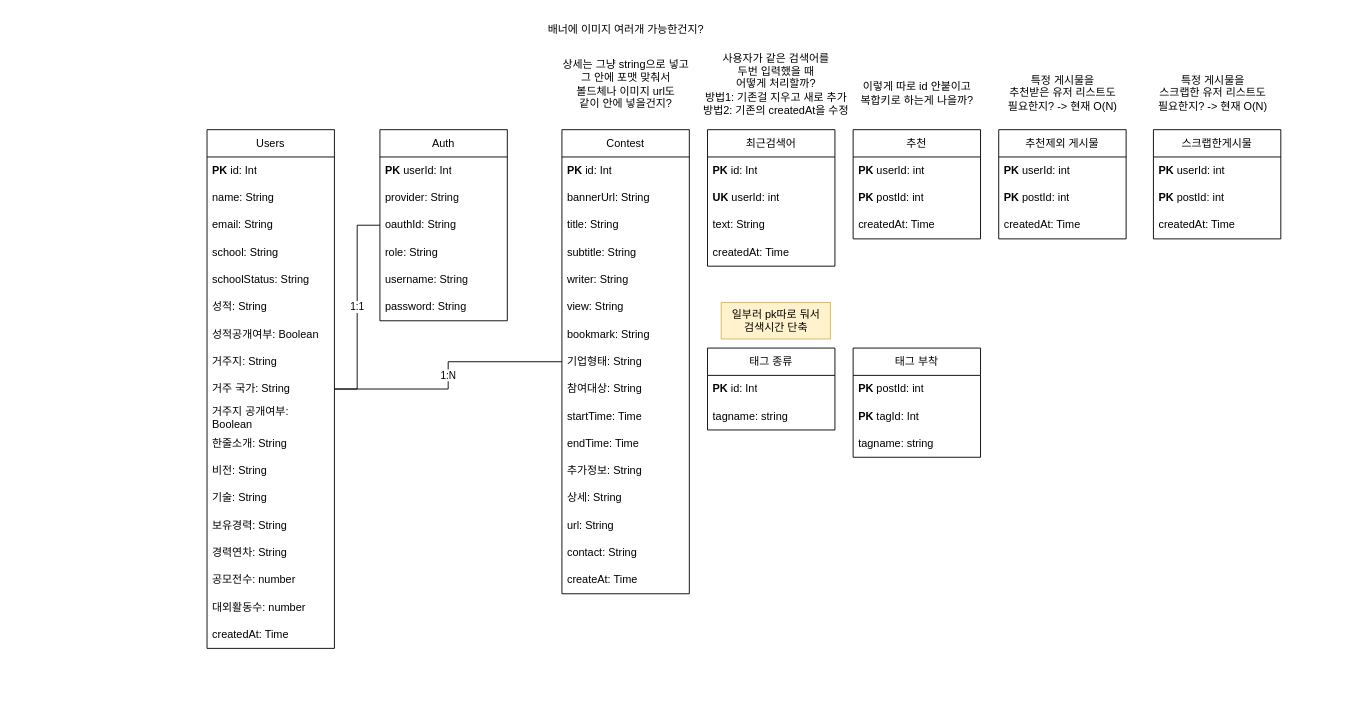
Earlier version of the draw.io diagram 인잡.drawio (oyc0401/spring). Source tidied: cells renumbered, new cells numbered last; positions are measured from the earlier drawing's top-left corner, leaving out a move shared by most shapes. Both pictures are drawn from the tidied source at 91%, with x=0, y=0 at pixel (207, 15).
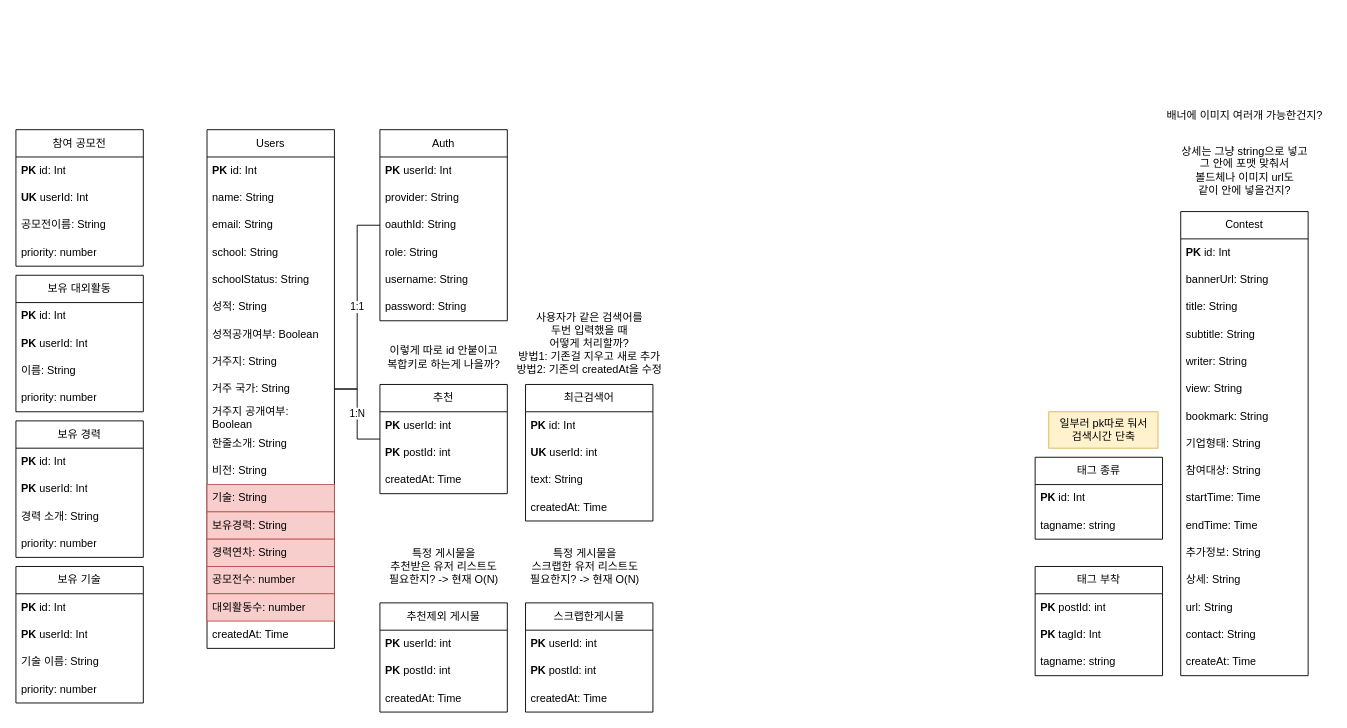
The same diagram, later.

Commit message:
인잡.drawio 업데이트

Unchanged cells that the change refers to:
```xml
<mxCell id="2" value="Users" style="swimlane;fontStyle=0;horizontal=1;startSize=30;whiteSpace=wrap;html=1;" parent="1" vertex="1">
  <mxGeometry y="125" width="140" height="570" as="geometry" />
</mxCell>
```

Change to the diagram source:
```diff
@@
-    <mxCell id="15" value="기술: String" style="text;strokeColor=none;fillColor=none;align=left;verticalAlign=middle;spacingLeft=4;spacingRight=4;overflow=hidden;whiteSpace=wrap;html=1;" parent="2" vertex="1">
+    <mxCell id="15" value="기술: String" style="text;strokeColor=#b85450;fillColor=#f8cecc;align=left;verticalAlign=middle;spacingLeft=4;spacingRight=4;overflow=hidden;whiteSpace=wrap;html=1;" parent="2" vertex="1">
       <mxGeometry y="390" width="140" height="30" as="geometry" />
     </mxCell>
-    <mxCell id="16" value="보유경력: String" style="text;strokeColor=none;fillColor=none;align=left;verticalAlign=middle;spacingLeft=4;spacingRight=4;overflow=hidden;whiteSpace=wrap;html=1;" parent="2" vertex="1">
+    <mxCell id="16" value="보유경력: String" style="text;strokeColor=#b85450;fillColor=#f8cecc;align=left;verticalAlign=middle;spacingLeft=4;spacingRight=4;overflow=hidden;whiteSpace=wrap;html=1;" parent="2" vertex="1">
       <mxGeometry y="420" width="140" height="30" as="geometry" />
     </mxCell>
-    <mxCell id="17" value="경력연차: String" style="text;strokeColor=none;fillColor=none;align=left;verticalAlign=middle;spacingLeft=4;spacingRight=4;overflow=hidden;whiteSpace=wrap;html=1;" parent="2" vertex="1">
+    <mxCell id="17" value="경력연차: String" style="text;strokeColor=#b85450;fillColor=#f8cecc;align=left;verticalAlign=middle;spacingLeft=4;spacingRight=4;overflow=hidden;whiteSpace=wrap;html=1;" parent="2" vertex="1">
       <mxGeometry y="450" width="140" height="30" as="geometry" />
     </mxCell>
-    <mxCell id="18" value="공모전수: number" style="text;strokeColor=none;fillColor=none;align=left;verticalAlign=middle;spacingLeft=4;spacingRight=4;overflow=hidden;whiteSpace=wrap;html=1;" parent="2" vertex="1">
+    <mxCell id="18" value="공모전수: number" style="text;strokeColor=#b85450;fillColor=#f8cecc;align=left;verticalAlign=middle;spacingLeft=4;spacingRight=4;overflow=hidden;whiteSpace=wrap;html=1;" parent="2" vertex="1">
       <mxGeometry y="480" width="140" height="30" as="geometry" />
     </mxCell>
-    <mxCell id="19" value="대외활동수: number" style="text;strokeColor=none;fillColor=none;align=left;verticalAlign=middle;spacingLeft=4;spacingRight=4;overflow=hidden;whiteSpace=wrap;html=1;" parent="2" vertex="1">
+    <mxCell id="19" value="대외활동수: number" style="text;strokeColor=#b85450;fillColor=#f8cecc;align=left;verticalAlign=middle;spacingLeft=4;spacingRight=4;overflow=hidden;whiteSpace=wrap;html=1;" parent="2" vertex="1">
       <mxGeometry y="510" width="140" height="30" as="geometry" />
     </mxCell>
@@
-    <mxCell id="29" value="1:N" style="edgeStyle=orthogonalEdgeStyle;rounded=0;jettySize=auto;html=1;endArrow=none;endFill=0;" parent="1" edge="1" source="30" target="2">
+    <mxCell id="29" value="1:N" style="edgeStyle=orthogonalEdgeStyle;rounded=0;jettySize=auto;html=1;endArrow=none;endFill=0;" parent="1" edge="1" source="52" target="2">
       <mxGeometry relative="1" as="geometry" />
     </mxCell>
     <mxCell id="30" value="Contest" style="swimlane;fontStyle=0;horizontal=1;startSize=30;whiteSpace=wrap;html=1;" parent="1" vertex="1">
-      <mxGeometry x="390" y="125" width="140" height="510" as="geometry" />
+      <mxGeometry x="1070" y="215" width="140" height="510" as="geometry" />
     </mxCell>
@@
     <mxCell id="47" value="최근검색어" style="swimlane;fontStyle=0;horizontal=1;startSize=30;whiteSpace=wrap;html=1;" parent="1" vertex="1">
-      <mxGeometry x="550" y="125" width="140" height="150" as="geometry" />
+      <mxGeometry x="350" y="405" width="140" height="150" as="geometry" />
     </mxCell>
@@
     <mxCell id="52" value="추천" style="swimlane;fontStyle=0;horizontal=1;startSize=30;whiteSpace=wrap;html=1;" parent="1" vertex="1">
-      <mxGeometry x="710" y="125" width="140" height="120" as="geometry" />
+      <mxGeometry x="190" y="405" width="140" height="120" as="geometry" />
     </mxCell>
@@
     <mxCell id="56" value="스크랩한게시물" style="swimlane;fontStyle=0;horizontal=1;startSize=30;whiteSpace=wrap;html=1;" parent="1" vertex="1">
-      <mxGeometry x="1040" y="125" width="140" height="120" as="geometry" />
+      <mxGeometry x="350" y="645" width="140" height="120" as="geometry" />
     </mxCell>
@@
     <mxCell id="60" value="추천제외 게시물" style="swimlane;fontStyle=0;horizontal=1;startSize=30;whiteSpace=wrap;html=1;" parent="1" vertex="1">
-      <mxGeometry x="870" y="125" width="140" height="120" as="geometry" />
+      <mxGeometry x="190" y="645" width="140" height="120" as="geometry" />
     </mxCell>
@@
     <mxCell id="64" value="특정 게시물을&lt;div&gt;스크랩한 유저 리스트도&lt;/div&gt;&lt;div&gt;필요한지? -&amp;gt; 현재 O(N)&lt;/div&gt;" style="text;html=1;align=center;verticalAlign=middle;strokeColor=none;fillColor=none;" parent="1" vertex="1">
-      <mxGeometry x="1035" y="55" width="140" height="60" as="geometry" />
+      <mxGeometry x="345" y="575" width="140" height="60" as="geometry" />
     </mxCell>
     <mxCell id="65" value="특정 게시물을&lt;div&gt;추천받은 유저 리스트도&lt;/div&gt;&lt;div&gt;필요한지? -&amp;gt; 현재 O(N)&lt;/div&gt;" style="text;html=1;align=center;verticalAlign=middle;strokeColor=none;fillColor=none;" parent="1" vertex="1">
-      <mxGeometry x="870" y="55" width="140" height="60" as="geometry" />
+      <mxGeometry x="190" y="575" width="140" height="60" as="geometry" />
     </mxCell>
     <mxCell id="66" value="사용자가 같은 검색어를&lt;br&gt;두번 입력했을 때&lt;br&gt;어떻게 처리할까?&lt;br&gt;방법1: 기존걸 지우고 새로 추가&lt;br&gt;방법2: 기존의 createdAt을 수정" style="text;html=1;align=center;verticalAlign=middle;strokeColor=none;fillColor=none;" parent="1" vertex="1">
-      <mxGeometry x="535" y="30" width="180" height="90" as="geometry" />
+      <mxGeometry x="330" y="315" width="180" height="90" as="geometry" />
     </mxCell>
     <mxCell id="67" value="태그 종류" style="swimlane;fontStyle=0;horizontal=1;startSize=30;whiteSpace=wrap;html=1;" parent="1" vertex="1">
-      <mxGeometry x="550" y="365" width="140" height="90" as="geometry" />
+      <mxGeometry x="910" y="485" width="140" height="90" as="geometry" />
     </mxCell>
@@
     <mxCell id="70" value="태그 부착" style="swimlane;fontStyle=0;horizontal=1;startSize=30;whiteSpace=wrap;html=1;" parent="1" vertex="1">
-      <mxGeometry x="710" y="365" width="140" height="120" as="geometry" />
+      <mxGeometry x="910" y="605" width="140" height="120" as="geometry" />
     </mxCell>
@@
     <mxCell id="74" value="이렇게 따로 id 안붙이고&lt;br&gt;복합키로 하는게 나을까?" style="text;html=1;align=center;verticalAlign=middle;strokeColor=none;fillColor=none;" parent="1" vertex="1">
-      <mxGeometry x="710" y="65" width="140" height="40" as="geometry" />
+      <mxGeometry x="190" y="355" width="140" height="40" as="geometry" />
     </mxCell>
     <mxCell id="75" value="배너에 이미지 여러개 가능한건지?" style="text;html=1;align=center;verticalAlign=middle;strokeColor=none;fillColor=none;" parent="1" vertex="1">
-      <mxGeometry x="365" width="190" height="30" as="geometry" />
+      <mxGeometry x="1045" y="95" width="190" height="30" as="geometry" />
     </mxCell>
     <mxCell id="76" value="상세는 그냥 string으로 넣고&lt;br&gt;그 안에 포맷 맞춰서&lt;br&gt;볼드체나 이미지 url도&lt;br&gt;같이 안에 넣을건지?" style="text;html=1;align=center;verticalAlign=middle;strokeColor=none;fillColor=none;" parent="1" vertex="1">
-      <mxGeometry x="380" y="40" width="160" height="70" as="geometry" />
+      <mxGeometry x="1060" y="135" width="160" height="70" as="geometry" />
     </mxCell>
     <mxCell id="77" value="일부러 pk따로 둬서&lt;br&gt;검색시간 단축" style="text;html=1;align=center;verticalAlign=middle;strokeColor=#d6b656;fillColor=#fff2cc;" parent="1" vertex="1">
-      <mxGeometry x="565" y="315" width="120" height="40" as="geometry" />
+      <mxGeometry x="925" y="435" width="120" height="40" as="geometry" />
     </mxCell>
+    <mxCell id="78" value="참여 공모전" style="swimlane;fontStyle=0;horizontal=1;startSize=30;whiteSpace=wrap;html=1;" parent="1" vertex="1">
+      <mxGeometry x="-210" y="125" width="140" height="150" as="geometry" />
+    </mxCell>
+    <mxCell id="79" value="&lt;b&gt;PK&amp;nbsp;&lt;/b&gt;id: Int" style="text;strokeColor=none;fillColor=none;align=left;verticalAlign=middle;spacingLeft=4;spacingRight=4;overflow=hidden;whiteSpace=wrap;html=1;" parent="78" vertex="1">
+      <mxGeometry y="30" width="140" height="30" as="geometry" />
+    </mxCell>
+    <mxCell id="80" value="&lt;b&gt;UK&amp;nbsp;&lt;/b&gt;userId: Int" style="text;strokeColor=none;fillColor=none;align=left;verticalAlign=middle;spacingLeft=4;spacingRight=4;overflow=hidden;whiteSpace=wrap;html=1;" parent="78" vertex="1">
+      <mxGeometry y="60" width="140" height="30" as="geometry" />
+    </mxCell>
+    <mxCell id="81" value="공모전이름: String" style="text;strokeColor=none;fillColor=none;align=left;verticalAlign=middle;spacingLeft=4;spacingRight=4;overflow=hidden;whiteSpace=wrap;html=1;" parent="78" vertex="1">
+      <mxGeometry y="90" width="140" height="30" as="geometry" />
+    </mxCell>
+    <mxCell id="82" value="priority: number" style="text;strokeColor=none;fillColor=none;align=left;verticalAlign=middle;spacingLeft=4;spacingRight=4;overflow=hidden;whiteSpace=wrap;html=1;" parent="78" vertex="1">
+      <mxGeometry y="120" width="140" height="30" as="geometry" />
+    </mxCell>
+    <mxCell id="83" value="보유 대외활동" style="swimlane;fontStyle=0;horizontal=1;startSize=30;whiteSpace=wrap;html=1;" parent="1" vertex="1">
+      <mxGeometry x="-210" y="285" width="140" height="150" as="geometry" />
+    </mxCell>
+    <mxCell id="84" value="&lt;b&gt;PK&amp;nbsp;&lt;/b&gt;id: Int" style="text;strokeColor=none;fillColor=none;align=left;verticalAlign=middle;spacingLeft=4;spacingRight=4;overflow=hidden;whiteSpace=wrap;html=1;" parent="83" vertex="1">
+      <mxGeometry y="30" width="140" height="30" as="geometry" />
+    </mxCell>
+    <mxCell id="85" value="&lt;b&gt;PK&amp;nbsp;&lt;/b&gt;userId: Int" style="text;strokeColor=none;fillColor=none;align=left;verticalAlign=middle;spacingLeft=4;spacingRight=4;overflow=hidden;whiteSpace=wrap;html=1;" parent="83" vertex="1">
+      <mxGeometry y="60" width="140" height="30" as="geometry" />
+    </mxCell>
+    <mxCell id="86" value="이름: String" style="text;strokeColor=none;fillColor=none;align=left;verticalAlign=middle;spacingLeft=4;spacingRight=4;overflow=hidden;whiteSpace=wrap;html=1;" parent="83" vertex="1">
+      <mxGeometry y="90" width="140" height="30" as="geometry" />
+    </mxCell>
+    <mxCell id="87" value="priority: number" style="text;strokeColor=none;fillColor=none;align=left;verticalAlign=middle;spacingLeft=4;spacingRight=4;overflow=hidden;whiteSpace=wrap;html=1;" parent="83" vertex="1">
+      <mxGeometry y="120" width="140" height="30" as="geometry" />
+    </mxCell>
+    <mxCell id="88" value="보유 경력" style="swimlane;fontStyle=0;horizontal=1;startSize=30;whiteSpace=wrap;html=1;" parent="1" vertex="1">
+      <mxGeometry x="-210" y="445" width="140" height="150" as="geometry" />
+    </mxCell>
+    <mxCell id="89" value="&lt;b&gt;PK&amp;nbsp;&lt;/b&gt;id: Int" style="text;strokeColor=none;fillColor=none;align=left;verticalAlign=middle;spacingLeft=4;spacingRight=4;overflow=hidden;whiteSpace=wrap;html=1;" parent="88" vertex="1">
+      <mxGeometry y="30" width="140" height="30" as="geometry" />
+    </mxCell>
+    <mxCell id="90" value="&lt;b&gt;PK&amp;nbsp;&lt;/b&gt;userId: Int" style="text;strokeColor=none;fillColor=none;align=left;verticalAlign=middle;spacingLeft=4;spacingRight=4;overflow=hidden;whiteSpace=wrap;html=1;" parent="88" vertex="1">
+      <mxGeometry y="60" width="140" height="30" as="geometry" />
+    </mxCell>
+    <mxCell id="91" value="경력 소개: String" style="text;strokeColor=none;fillColor=none;align=left;verticalAlign=middle;spacingLeft=4;spacingRight=4;overflow=hidden;whiteSpace=wrap;html=1;" parent="88" vertex="1">
+      <mxGeometry y="90" width="140" height="30" as="geometry" />
+    </mxCell>
+    <mxCell id="92" value="priority: number" style="text;strokeColor=none;fillColor=none;align=left;verticalAlign=middle;spacingLeft=4;spacingRight=4;overflow=hidden;whiteSpace=wrap;html=1;" parent="88" vertex="1">
+      <mxGeometry y="120" width="140" height="30" as="geometry" />
+    </mxCell>
+    <mxCell id="93" value="보유 기술" style="swimlane;fontStyle=0;horizontal=1;startSize=30;whiteSpace=wrap;html=1;" parent="1" vertex="1">
+      <mxGeometry x="-210" y="605" width="140" height="150" as="geometry" />
+    </mxCell>
+    <mxCell id="94" value="&lt;b&gt;PK&amp;nbsp;&lt;/b&gt;id: Int" style="text;strokeColor=none;fillColor=none;align=left;verticalAlign=middle;spacingLeft=4;spacingRight=4;overflow=hidden;whiteSpace=wrap;html=1;" parent="93" vertex="1">
+      <mxGeometry y="30" width="140" height="30" as="geometry" />
+    </mxCell>
+    <mxCell id="95" value="&lt;b&gt;PK&amp;nbsp;&lt;/b&gt;userId: Int" style="text;strokeColor=none;fillColor=none;align=left;verticalAlign=middle;spacingLeft=4;spacingRight=4;overflow=hidden;whiteSpace=wrap;html=1;" parent="93" vertex="1">
+      <mxGeometry y="60" width="140" height="30" as="geometry" />
+    </mxCell>
+    <mxCell id="96" value="기술 이름: String" style="text;strokeColor=none;fillColor=none;align=left;verticalAlign=middle;spacingLeft=4;spacingRight=4;overflow=hidden;whiteSpace=wrap;html=1;" parent="93" vertex="1">
+      <mxGeometry y="90" width="140" height="30" as="geometry" />
+    </mxCell>
+    <mxCell id="97" value="priority: number" style="text;strokeColor=none;fillColor=none;align=left;verticalAlign=middle;spacingLeft=4;spacingRight=4;overflow=hidden;whiteSpace=wrap;html=1;" parent="93" vertex="1">
+      <mxGeometry y="120" width="140" height="30" as="geometry" />
+    </mxCell>
```
